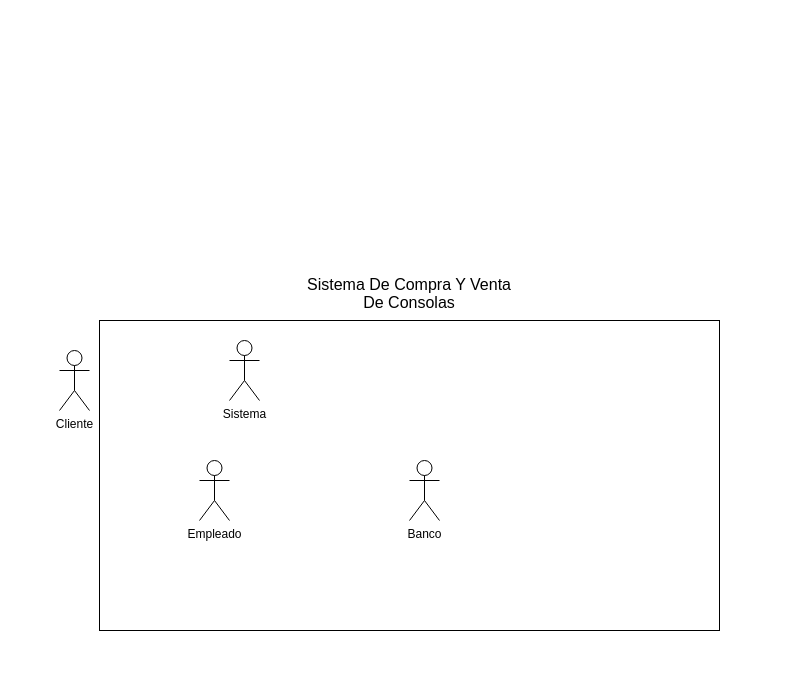
The draw.io diagram Untitled Diagram.drawio in mitri-dvp/diagramas, before the edit. Source tidied: cells renumbered, new cells numbered last; positions are measured from the earlier drawing's top-left corner, leaving out a move shared by most shapes. Both pictures are drawn from the tidied source at 100%, with x=0, y=0 at pixel (59, 320).
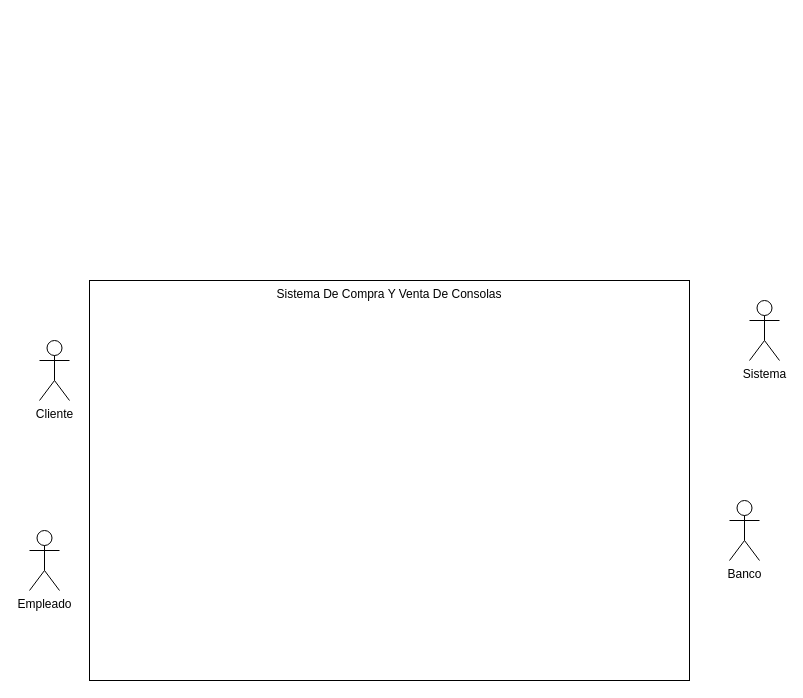
After the change.

What changed in the source:
```diff
@@
 <mxGraphModel>
   <root>
     <mxCell id="0" />
     <mxCell id="1" parent="0" />
-    <mxCell id="2" value="&#10;&#10;&#10;&#10;&#10;&#10;&#10;&#10;&#10;&#10;&#10;&#10;&#10;&#10;&#10;&#10;&#10;&#10;&lt;span style=&quot;font-size: 12.0pt ; line-height: 115% ; font-family: &amp;quot;arial&amp;quot; , sans-serif&quot; lang=&quot;ES-VE&quot;&gt;Sistema De Compra Y Venta&#10;De Consolas&lt;/span&gt;&#10;&#10;&#10;&#10;" style="rounded=0;whiteSpace=wrap;html=1;verticalAlign=top;labelPosition=center;verticalLabelPosition=top;align=center;" parent="1" vertex="1">
-      <mxGeometry x="40" width="620" height="310" as="geometry" />
+    <mxCell id="2" value="Sistema De Compra Y Venta De Consolas" style="rounded=0;whiteSpace=wrap;html=1;verticalAlign=top;labelPosition=center;verticalLabelPosition=middle;align=center;horizontal=1;" parent="1" vertex="1">
+      <mxGeometry x="30" y="-40" width="600" height="400" as="geometry" />
     </mxCell>
     <mxCell id="3" value="&lt;div&gt;Cliente&lt;/div&gt;" style="shape=umlActor;verticalLabelPosition=bottom;verticalAlign=top;html=1;" parent="1" vertex="1">
-      <mxGeometry y="30" width="30" height="60" as="geometry" />
+      <mxGeometry x="-20" y="20" width="30" height="60" as="geometry" />
     </mxCell>
     <mxCell id="4" value="Empleado" style="shape=umlActor;verticalLabelPosition=bottom;verticalAlign=top;html=1;" parent="1" vertex="1">
-      <mxGeometry x="140" y="140" width="30" height="60" as="geometry" />
+      <mxGeometry x="-30" y="210" width="30" height="60" as="geometry" />
     </mxCell>
     <mxCell id="5" value="Sistema" style="shape=umlActor;verticalLabelPosition=bottom;verticalAlign=top;html=1;" parent="1" vertex="1">
-      <mxGeometry x="170" y="20" width="30" height="60" as="geometry" />
+      <mxGeometry x="690" y="-20" width="30" height="60" as="geometry" />
     </mxCell>
     <mxCell id="6" value="&lt;div&gt;Banco&lt;/div&gt;" style="shape=umlActor;verticalLabelPosition=bottom;verticalAlign=top;html=1;" parent="1" vertex="1">
-      <mxGeometry x="350" y="140" width="30" height="60" as="geometry" />
+      <mxGeometry x="670" y="180" width="30" height="60" as="geometry" />
     </mxCell>
   </root>
 </mxGraphModel>
```
